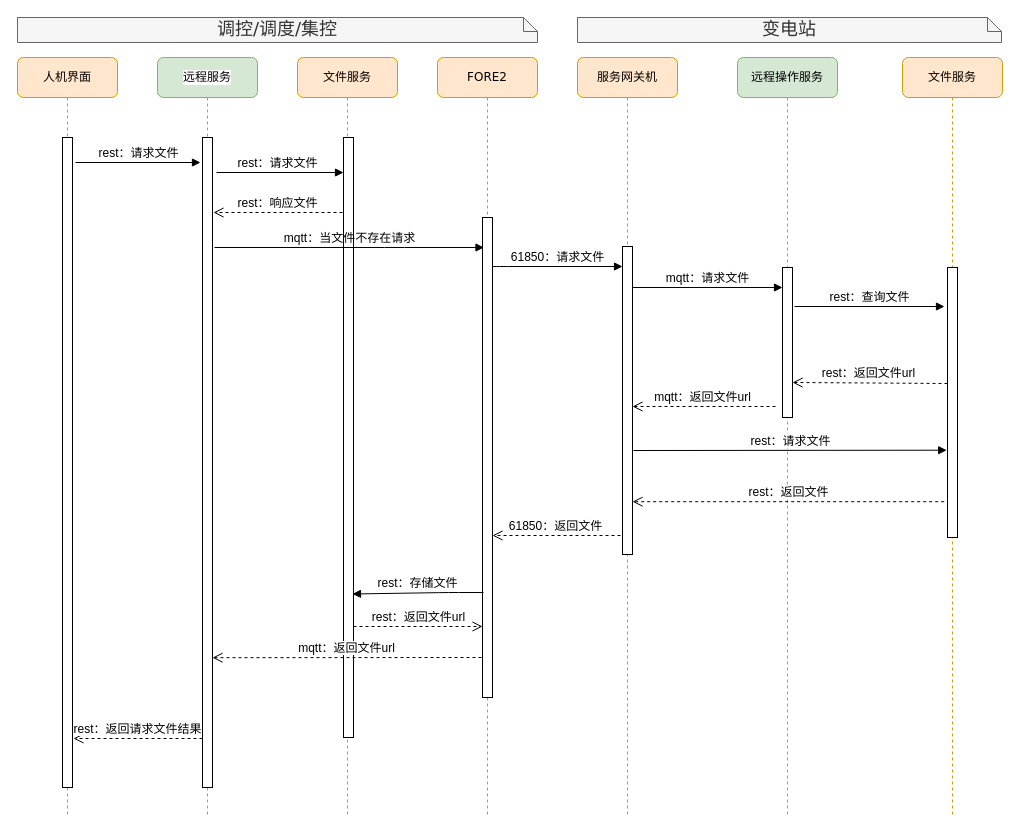
Above: page "文件调阅" (3 of 4) of 远程服务.drawio in qwe995272801/taowenxiang (draw.io), before the change. Source tidied: cells renumbered, new cells numbered last; positions are measured from the earlier drawing's top-left corner, leaving out a move shared by most shapes. Both pictures are drawn from the tidied source at 100%, with x=0, y=0 at pixel (17, 17).
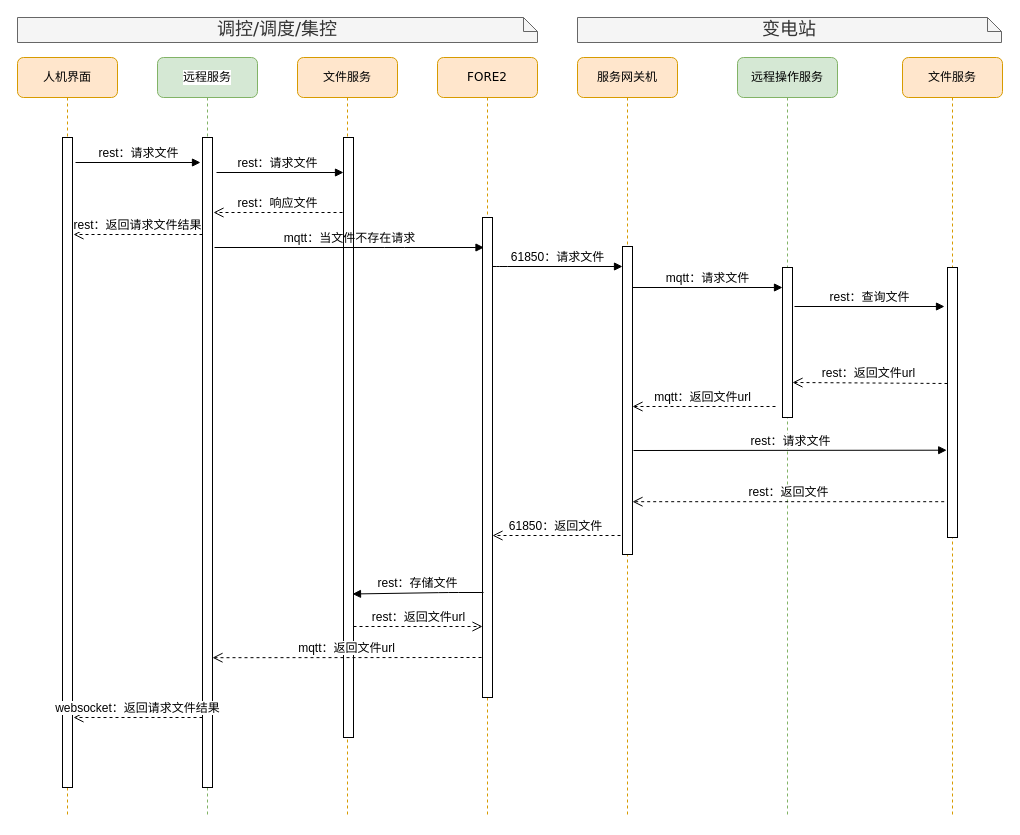
The same diagram, later.

The edit, as a diff of the source:
```diff
@@
-    <mxCell id="26" value="rest：返回请求文件结果" style="html=1;verticalAlign=bottom;endArrow=open;dashed=1;endSize=8;fontFamily=Helvetica;entryX=1.1;entryY=0.98;entryDx=0;entryDy=0;entryPerimeter=0;fontSize=12;" parent="1" edge="1">
+    <mxCell id="26" value="websocket：返回请求文件结果" style="html=1;verticalAlign=bottom;endArrow=open;dashed=1;endSize=8;fontFamily=Helvetica;entryX=1.1;entryY=0.98;entryDx=0;entryDy=0;entryPerimeter=0;fontSize=12;" parent="1" edge="1">
       <mxGeometry relative="1" as="geometry">
-        <mxPoint x="185" y="721" as="sourcePoint" />
-        <mxPoint x="56" y="721" as="targetPoint" />
+        <mxPoint x="185" y="700" as="sourcePoint" />
+        <mxPoint x="56" y="700" as="targetPoint" />
       </mxGeometry>
     </mxCell>
@@
+    <mxCell id="34" value="rest：返回请求文件结果" style="html=1;verticalAlign=bottom;endArrow=open;dashed=1;endSize=8;fontFamily=Helvetica;entryX=1.1;entryY=0.98;entryDx=0;entryDy=0;entryPerimeter=0;fontSize=12;" parent="1" edge="1">
+      <mxGeometry relative="1" as="geometry">
+        <mxPoint x="185" y="217" as="sourcePoint" />
+        <mxPoint x="56" y="217" as="targetPoint" />
+      </mxGeometry>
+    </mxCell>
```
